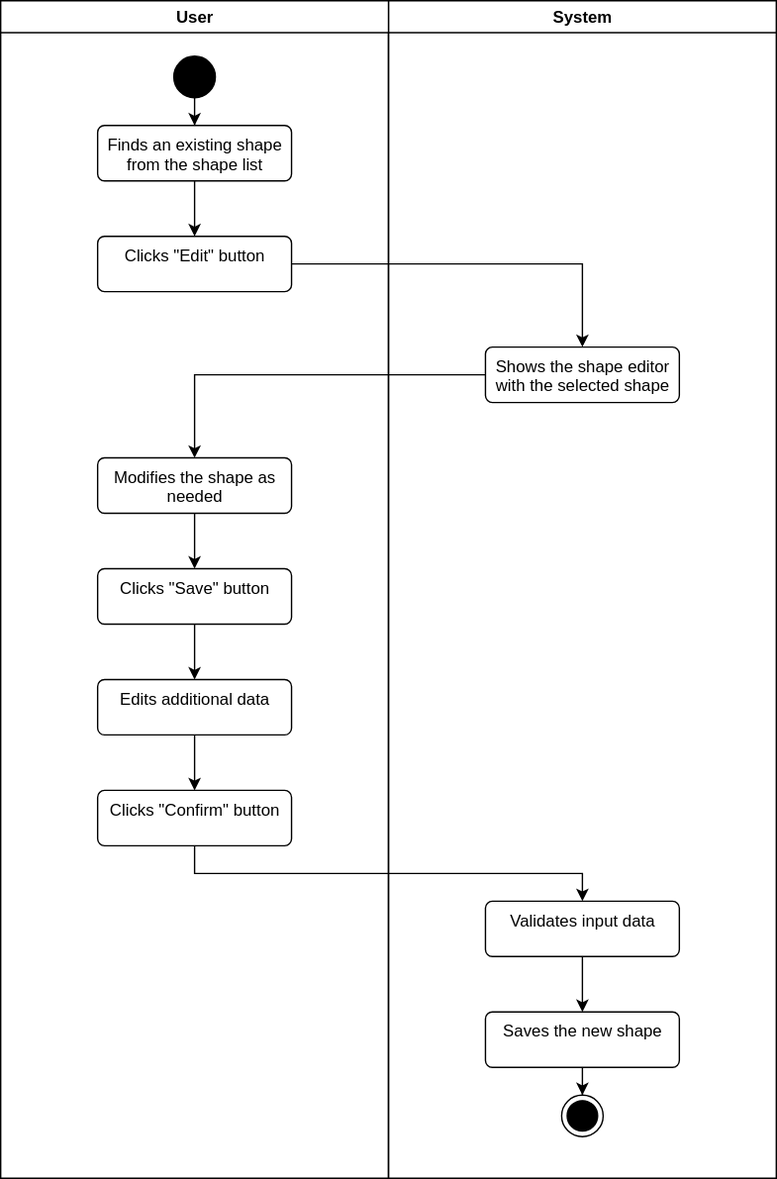
Before: diagrams/edit-shape.svg, a diagram exported from draw.io (notSnuffy/Warehouse-Manager). Source tidied: cells renumbered, new cells last; positions are measured from the earlier drawing's top-left corner, leaving out a move shared by most shapes. Source of this version:
```xml
<mxGraphModel>
  <root>
    <mxCell id="0" />
    <mxCell id="1" parent="0" />
    <mxCell id="2" value="System" style="swimlane;whiteSpace=wrap;" parent="1" vertex="1">
      <mxGeometry x="280" width="280" height="850" as="geometry" />
    </mxCell>
    <mxCell id="3" style="ellipse;html=1;shape=endState;fillColor=strokeColor;" parent="2" vertex="1">
      <mxGeometry x="125" y="790" width="30" height="30" as="geometry" />
    </mxCell>
    <mxCell id="4" value="User" style="swimlane;whiteSpace=wrap;" parent="2" vertex="1">
      <mxGeometry x="-280" width="280" height="850" as="geometry" />
    </mxCell>
    <mxCell id="5" style="edgeStyle=orthogonalEdgeStyle;rounded=0;jettySize=auto;html=1;" parent="4" edge="1" source="6" target="7">
      <mxGeometry relative="1" as="geometry" />
    </mxCell>
    <mxCell id="6" style="ellipse;fillColor=strokeColor;html=1;" parent="4" vertex="1">
      <mxGeometry x="125" y="40" width="30" height="30" as="geometry" />
    </mxCell>
    <mxCell id="7" value="Finds an existing shape from the shape list" style="html=1;align=center;verticalAlign=top;rounded=1;absoluteArcSize=1;arcSize=10;dashed=0;whiteSpace=wrap;" parent="4" vertex="1">
      <mxGeometry x="70" y="90" width="140" height="40" as="geometry" />
    </mxCell>
    <mxCell id="8" style="edgeStyle=orthogonalEdgeStyle;rounded=0;jettySize=auto;html=1;" parent="4" edge="1" source="9" target="13">
      <mxGeometry relative="1" as="geometry" />
    </mxCell>
    <mxCell id="9" value="Modifies the shape as needed" style="html=1;align=center;verticalAlign=top;rounded=1;absoluteArcSize=1;arcSize=10;dashed=0;whiteSpace=wrap;" parent="4" vertex="1">
      <mxGeometry x="70" y="330" width="140" height="40" as="geometry" />
    </mxCell>
    <mxCell id="10" value="Clicks &quot;Edit&quot; button" style="html=1;align=center;verticalAlign=top;rounded=1;absoluteArcSize=1;arcSize=10;dashed=0;whiteSpace=wrap;" parent="4" vertex="1">
      <mxGeometry x="70" y="170" width="140" height="40" as="geometry" />
    </mxCell>
    <mxCell id="11" style="edgeStyle=orthogonalEdgeStyle;rounded=0;jettySize=auto;html=1;" parent="4" edge="1" source="7" target="10">
      <mxGeometry relative="1" as="geometry" />
    </mxCell>
    <mxCell id="12" style="edgeStyle=orthogonalEdgeStyle;rounded=0;jettySize=auto;html=1;" parent="4" edge="1" source="13" target="15">
      <mxGeometry relative="1" as="geometry" />
    </mxCell>
    <mxCell id="13" value="Clicks &quot;Save&quot; button" style="html=1;align=center;verticalAlign=top;rounded=1;absoluteArcSize=1;arcSize=10;dashed=0;whiteSpace=wrap;" parent="4" vertex="1">
      <mxGeometry x="70" y="410" width="140" height="40" as="geometry" />
    </mxCell>
    <mxCell id="14" style="edgeStyle=orthogonalEdgeStyle;rounded=0;jettySize=auto;html=1;" parent="4" edge="1" source="15" target="16">
      <mxGeometry relative="1" as="geometry" />
    </mxCell>
    <mxCell id="15" value="Edits additional data" style="html=1;align=center;verticalAlign=top;rounded=1;absoluteArcSize=1;arcSize=10;dashed=0;whiteSpace=wrap;" parent="4" vertex="1">
      <mxGeometry x="70" y="490" width="140" height="40" as="geometry" />
    </mxCell>
    <mxCell id="16" value="Clicks &quot;Confirm&quot; button" style="html=1;align=center;verticalAlign=top;rounded=1;absoluteArcSize=1;arcSize=10;dashed=0;whiteSpace=wrap;" parent="4" vertex="1">
      <mxGeometry x="70" y="570" width="140" height="40" as="geometry" />
    </mxCell>
    <mxCell id="17" style="edgeStyle=orthogonalEdgeStyle;rounded=0;jettySize=auto;html=1;" parent="2" edge="1" source="18" target="3">
      <mxGeometry relative="1" as="geometry" />
    </mxCell>
    <mxCell id="18" value="Saves the new shape" style="html=1;align=center;verticalAlign=top;rounded=1;absoluteArcSize=1;arcSize=10;dashed=0;whiteSpace=wrap;" parent="2" vertex="1">
      <mxGeometry x="70" y="730" width="140" height="40" as="geometry" />
    </mxCell>
    <mxCell id="19" value="Shows the shape editor with the selected shape" style="html=1;align=center;verticalAlign=top;rounded=1;absoluteArcSize=1;arcSize=10;dashed=0;whiteSpace=wrap;" parent="2" vertex="1">
      <mxGeometry x="70" y="250" width="140" height="40" as="geometry" />
    </mxCell>
    <mxCell id="20" style="edgeStyle=orthogonalEdgeStyle;rounded=0;jettySize=auto;html=1;entryX=0.5;entryY=0;entryDx=0;entryDy=0;" parent="2" edge="1" source="19" target="9">
      <mxGeometry relative="1" as="geometry" />
    </mxCell>
    <mxCell id="21" style="edgeStyle=orthogonalEdgeStyle;rounded=0;jettySize=auto;html=1;" parent="2" edge="1" source="10" target="19">
      <mxGeometry relative="1" as="geometry" />
    </mxCell>
    <mxCell id="22" style="edgeStyle=orthogonalEdgeStyle;rounded=0;jettySize=auto;html=1;" parent="2" edge="1" source="23" target="18">
      <mxGeometry relative="1" as="geometry" />
    </mxCell>
    <mxCell id="23" value="Validates input data" style="html=1;align=center;verticalAlign=top;rounded=1;absoluteArcSize=1;arcSize=10;dashed=0;whiteSpace=wrap;" parent="2" vertex="1">
      <mxGeometry x="70" y="650" width="140" height="40" as="geometry" />
    </mxCell>
    <mxCell id="24" style="edgeStyle=orthogonalEdgeStyle;rounded=0;jettySize=auto;html=1;" parent="2" edge="1" source="16" target="23">
      <mxGeometry relative="1" as="geometry">
        <Array as="points">
          <mxPoint x="-140" y="630" />
          <mxPoint x="140" y="630" />
        </Array>
      </mxGeometry>
    </mxCell>
  </root>
</mxGraphModel>
```
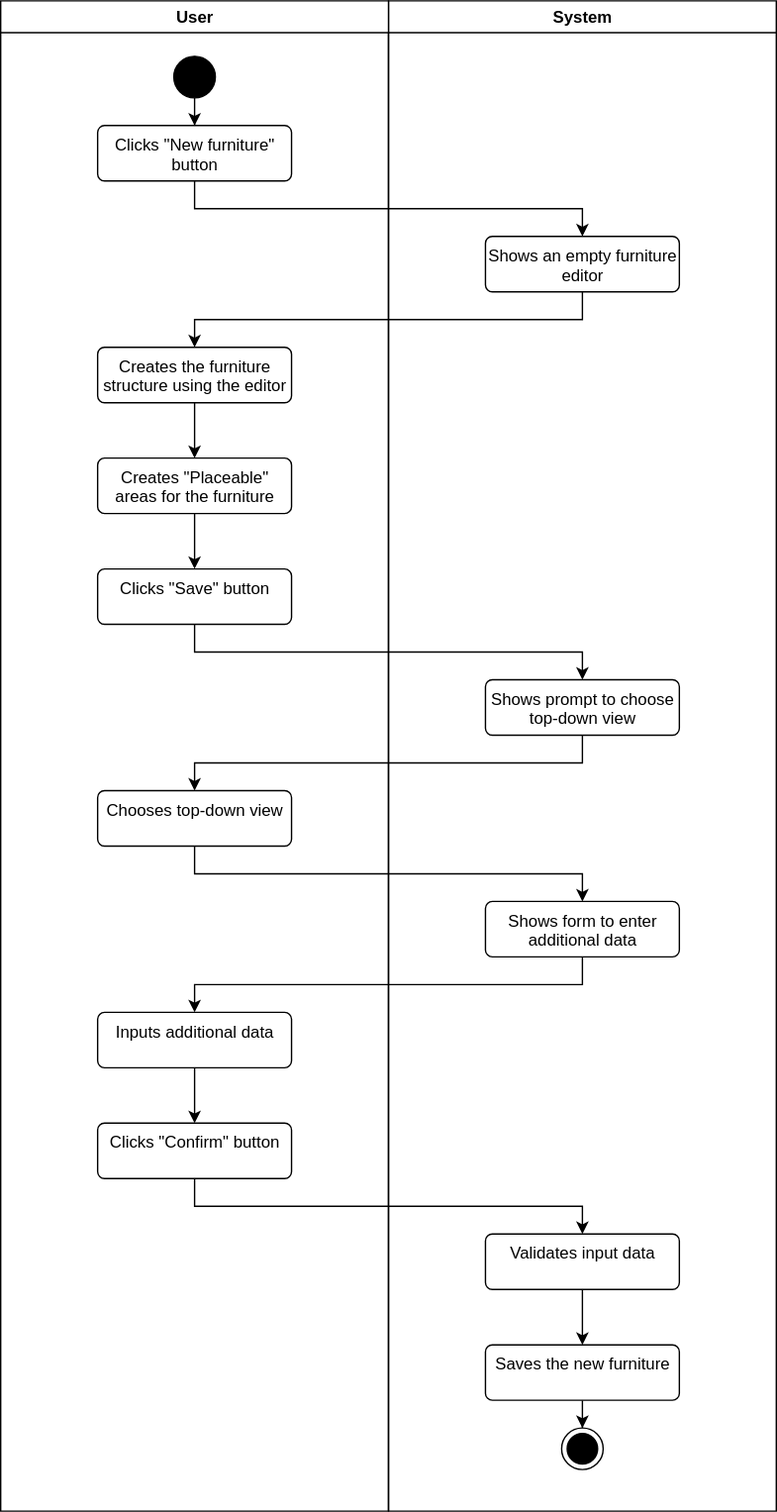
After the commit.

The edit, as a diff of the source:
```diff
@@ -2,79 +2,127 @@
   <root>
     <mxCell id="0" />
     <mxCell id="1" parent="0" />
-    <mxCell id="2" value="System" style="swimlane;whiteSpace=wrap;" parent="1" vertex="1">
-      <mxGeometry x="280" width="280" height="850" as="geometry" />
+    <mxCell id="2" value="System" style="swimlane;whiteSpace=wrap;labelBackgroundColor=none;rounded=0;strokeColor=light-dark(#000000,#000000);" parent="1" vertex="1">
+      <mxGeometry x="280" width="280" height="1090" as="geometry" />
     </mxCell>
-    <mxCell id="3" style="ellipse;html=1;shape=endState;fillColor=strokeColor;" parent="2" vertex="1">
-      <mxGeometry x="125" y="790" width="30" height="30" as="geometry" />
+    <mxCell id="3" style="ellipse;html=1;shape=endState;labelBackgroundColor=none;rounded=0;strokeColor=light-dark(#000000,#000000);fillColor=light-dark(#000000,#000000);" parent="2" vertex="1">
+      <mxGeometry x="125" y="1030" width="30" height="30" as="geometry" />
     </mxCell>
+    <mxCell id="17" style="edgeStyle=orthogonalEdgeStyle;rounded=0;jettySize=auto;html=1;labelBackgroundColor=none;fontColor=default;strokeColor=light-dark(#000000,#000000);" parent="2" edge="1" source="18" target="3">
+      <mxGeometry relative="1" as="geometry" />
+    </mxCell>
+    <mxCell id="18" value="Saves the new furniture" style="html=1;align=center;verticalAlign=top;rounded=1;absoluteArcSize=1;arcSize=10;dashed=0;whiteSpace=wrap;labelBackgroundColor=none;strokeColor=light-dark(#000000,#000000);" parent="2" vertex="1">
+      <mxGeometry x="70" y="970" width="140" height="40" as="geometry" />
+    </mxCell>
+    <mxCell id="22" style="edgeStyle=orthogonalEdgeStyle;rounded=0;jettySize=auto;html=1;labelBackgroundColor=none;fontColor=default;strokeColor=light-dark(#000000,#000000);" parent="2" edge="1" source="23" target="18">
+      <mxGeometry relative="1" as="geometry" />
+    </mxCell>
+    <mxCell id="23" value="Validates input data" style="html=1;align=center;verticalAlign=top;rounded=1;absoluteArcSize=1;arcSize=10;dashed=0;whiteSpace=wrap;labelBackgroundColor=none;strokeColor=light-dark(#000000,#000000);" parent="2" vertex="1">
+      <mxGeometry x="70" y="890" width="140" height="40" as="geometry" />
+    </mxCell>
+    <mxCell id="25" value="Shows form to enter additional data" style="html=1;align=center;verticalAlign=top;rounded=1;absoluteArcSize=1;arcSize=10;dashed=0;whiteSpace=wrap;labelBackgroundColor=none;strokeColor=light-dark(#000000,#000000);" parent="2" vertex="1">
+      <mxGeometry x="70" y="650" width="140" height="40" as="geometry" />
+    </mxCell>
+    <mxCell id="10" value="Shows an empty furniture editor" style="html=1;align=center;verticalAlign=top;rounded=1;absoluteArcSize=1;arcSize=10;dashed=0;whiteSpace=wrap;labelBackgroundColor=none;strokeColor=light-dark(#000000,#000000);" parent="2" vertex="1">
+      <mxGeometry x="70" y="170" width="140" height="40" as="geometry" />
+    </mxCell>
+    <mxCell id="26" value="Shows prompt to choose top-down view" style="html=1;align=center;verticalAlign=top;rounded=1;absoluteArcSize=1;arcSize=10;dashed=0;whiteSpace=wrap;labelBackgroundColor=none;strokeColor=light-dark(#000000,#000000);" parent="2" vertex="1">
+      <mxGeometry x="70" y="490" width="140" height="40" as="geometry" />
+    </mxCell>
-    <mxCell id="4" value="User" style="swimlane;whiteSpace=wrap;" parent="2" vertex="1">
-      <mxGeometry x="-280" width="280" height="850" as="geometry" />
+    <mxCell id="4" value="User" style="swimlane;whiteSpace=wrap;labelBackgroundColor=none;rounded=0;strokeColor=light-dark(#000000,#000000);" parent="1" vertex="1">
+      <mxGeometry width="280" height="1090" as="geometry" />
     </mxCell>
-    <mxCell id="5" style="edgeStyle=orthogonalEdgeStyle;rounded=0;jettySize=auto;html=1;" parent="4" edge="1" source="6" target="7">
+    <mxCell id="5" style="edgeStyle=orthogonalEdgeStyle;rounded=0;jettySize=auto;html=1;labelBackgroundColor=none;fontColor=default;strokeColor=light-dark(#000000,#000000);" parent="4" edge="1" source="6" target="7">
       <mxGeometry relative="1" as="geometry" />
     </mxCell>
-    <mxCell id="6" style="ellipse;fillColor=strokeColor;html=1;" parent="4" vertex="1">
+    <mxCell id="6" style="ellipse;html=1;labelBackgroundColor=none;rounded=0;strokeColor=light-dark(#000000,#000000);fillColor=light-dark(#000000,#000000);" parent="4" vertex="1">
       <mxGeometry x="125" y="40" width="30" height="30" as="geometry" />
     </mxCell>
-    <mxCell id="7" value="Finds an existing shape from the shape list" style="html=1;align=center;verticalAlign=top;rounded=1;absoluteArcSize=1;arcSize=10;dashed=0;whiteSpace=wrap;" parent="4" vertex="1">
+    <mxCell id="7" value="Clicks &quot;New furniture&quot; button" style="html=1;align=center;verticalAlign=top;rounded=1;absoluteArcSize=1;arcSize=10;dashed=0;whiteSpace=wrap;labelBackgroundColor=none;strokeColor=light-dark(#000000,#000000);" parent="4" vertex="1">
       <mxGeometry x="70" y="90" width="140" height="40" as="geometry" />
     </mxCell>
-    <mxCell id="8" style="edgeStyle=orthogonalEdgeStyle;rounded=0;jettySize=auto;html=1;" parent="4" edge="1" source="9" target="13">
+    <mxCell id="8" style="edgeStyle=orthogonalEdgeStyle;rounded=0;jettySize=auto;html=1;labelBackgroundColor=none;fontColor=default;strokeColor=light-dark(#000000,#000000);" parent="4" edge="1" source="9" target="13">
       <mxGeometry relative="1" as="geometry" />
     </mxCell>
-    <mxCell id="9" value="Modifies the shape as needed" style="html=1;align=center;verticalAlign=top;rounded=1;absoluteArcSize=1;arcSize=10;dashed=0;whiteSpace=wrap;" parent="4" vertex="1">
+    <mxCell id="9" value="Creates &quot;Placeable&quot; areas for the furniture" style="html=1;align=center;verticalAlign=top;rounded=1;absoluteArcSize=1;arcSize=10;dashed=0;whiteSpace=wrap;labelBackgroundColor=none;strokeColor=light-dark(#000000,#000000);" parent="4" vertex="1">
       <mxGeometry x="70" y="330" width="140" height="40" as="geometry" />
     </mxCell>
-    <mxCell id="10" value="Clicks &quot;Edit&quot; button" style="html=1;align=center;verticalAlign=top;rounded=1;absoluteArcSize=1;arcSize=10;dashed=0;whiteSpace=wrap;" parent="4" vertex="1">
-      <mxGeometry x="70" y="170" width="140" height="40" as="geometry" />
-    </mxCell>
-    <mxCell id="11" style="edgeStyle=orthogonalEdgeStyle;rounded=0;jettySize=auto;html=1;" parent="4" edge="1" source="7" target="10">
-      <mxGeometry relative="1" as="geometry" />
-    </mxCell>
-    <mxCell id="12" style="edgeStyle=orthogonalEdgeStyle;rounded=0;jettySize=auto;html=1;" parent="4" edge="1" source="13" target="15">
-      <mxGeometry relative="1" as="geometry" />
-    </mxCell>
-    <mxCell id="13" value="Clicks &quot;Save&quot; button" style="html=1;align=center;verticalAlign=top;rounded=1;absoluteArcSize=1;arcSize=10;dashed=0;whiteSpace=wrap;" parent="4" vertex="1">
+    <mxCell id="13" value="Clicks &quot;Save&quot; button" style="html=1;align=center;verticalAlign=top;rounded=1;absoluteArcSize=1;arcSize=10;dashed=0;whiteSpace=wrap;labelBackgroundColor=none;strokeColor=light-dark(#000000,#000000);" parent="4" vertex="1">
       <mxGeometry x="70" y="410" width="140" height="40" as="geometry" />
     </mxCell>
-    <mxCell id="14" style="edgeStyle=orthogonalEdgeStyle;rounded=0;jettySize=auto;html=1;" parent="4" edge="1" source="15" target="16">
+    <mxCell id="14" style="edgeStyle=orthogonalEdgeStyle;rounded=0;jettySize=auto;html=1;labelBackgroundColor=none;fontColor=default;strokeColor=light-dark(#000000,#000000);" parent="4" edge="1" source="15" target="16">
       <mxGeometry relative="1" as="geometry" />
     </mxCell>
-    <mxCell id="15" value="Edits additional data" style="html=1;align=center;verticalAlign=top;rounded=1;absoluteArcSize=1;arcSize=10;dashed=0;whiteSpace=wrap;" parent="4" vertex="1">
-      <mxGeometry x="70" y="490" width="140" height="40" as="geometry" />
+    <mxCell id="15" value="Inputs additional data" style="html=1;align=center;verticalAlign=top;rounded=1;absoluteArcSize=1;arcSize=10;dashed=0;whiteSpace=wrap;labelBackgroundColor=none;strokeColor=light-dark(#000000,#000000);" parent="4" vertex="1">
+      <mxGeometry x="70" y="730" width="140" height="40" as="geometry" />
     </mxCell>
-    <mxCell id="16" value="Clicks &quot;Confirm&quot; button" style="html=1;align=center;verticalAlign=top;rounded=1;absoluteArcSize=1;arcSize=10;dashed=0;whiteSpace=wrap;" parent="4" vertex="1">
-      <mxGeometry x="70" y="570" width="140" height="40" as="geometry" />
+    <mxCell id="16" value="Clicks &quot;Confirm&quot; button" style="html=1;align=center;verticalAlign=top;rounded=1;absoluteArcSize=1;arcSize=10;dashed=0;whiteSpace=wrap;labelBackgroundColor=none;strokeColor=light-dark(#000000,#000000);" parent="4" vertex="1">
+      <mxGeometry x="70" y="810" width="140" height="40" as="geometry" />
     </mxCell>
-    <mxCell id="17" style="edgeStyle=orthogonalEdgeStyle;rounded=0;jettySize=auto;html=1;" parent="2" edge="1" source="18" target="3">
-      <mxGeometry relative="1" as="geometry" />
-    </mxCell>
-    <mxCell id="18" value="Saves the new shape" style="html=1;align=center;verticalAlign=top;rounded=1;absoluteArcSize=1;arcSize=10;dashed=0;whiteSpace=wrap;" parent="2" vertex="1">
-      <mxGeometry x="70" y="730" width="140" height="40" as="geometry" />
-    </mxCell>
-    <mxCell id="19" value="Shows the shape editor with the selected shape" style="html=1;align=center;verticalAlign=top;rounded=1;absoluteArcSize=1;arcSize=10;dashed=0;whiteSpace=wrap;" parent="2" vertex="1">
+    <mxCell id="19" value="Creates the furniture structure using the editor" style="html=1;align=center;verticalAlign=top;rounded=1;absoluteArcSize=1;arcSize=10;dashed=0;whiteSpace=wrap;labelBackgroundColor=none;strokeColor=light-dark(#000000,#000000);" parent="4" vertex="1">
       <mxGeometry x="70" y="250" width="140" height="40" as="geometry" />
     </mxCell>
-    <mxCell id="20" style="edgeStyle=orthogonalEdgeStyle;rounded=0;jettySize=auto;html=1;entryX=0.5;entryY=0;entryDx=0;entryDy=0;" parent="2" edge="1" source="19" target="9">
+    <mxCell id="20" style="edgeStyle=orthogonalEdgeStyle;rounded=0;jettySize=auto;html=1;entryX=0.5;entryY=0;entryDx=0;entryDy=0;labelBackgroundColor=none;fontColor=default;strokeColor=light-dark(#000000,#000000);" parent="4" edge="1" source="19" target="9">
       <mxGeometry relative="1" as="geometry" />
     </mxCell>
+    <mxCell id="27" value="Chooses top-down view" style="html=1;align=center;verticalAlign=top;rounded=1;absoluteArcSize=1;arcSize=10;dashed=0;whiteSpace=wrap;labelBackgroundColor=none;strokeColor=light-dark(#000000,#000000);" parent="4" vertex="1">
+      <mxGeometry x="70" y="570" width="140" height="40" as="geometry" />
+    </mxCell>
+    <mxCell id="11" style="edgeStyle=orthogonalEdgeStyle;rounded=0;jettySize=auto;html=1;labelBackgroundColor=none;fontColor=default;strokeColor=light-dark(#000000,#000000);" parent="1" edge="1" source="7" target="10">
+      <mxGeometry relative="1" as="geometry">
+        <Array as="points">
+          <mxPoint x="140" y="150" />
+          <mxPoint x="420" y="150" />
+        </Array>
+      </mxGeometry>
+    </mxCell>
+    <mxCell id="24" style="edgeStyle=orthogonalEdgeStyle;rounded=0;jettySize=auto;html=1;strokeColor=light-dark(#000000,#000000);" parent="1" edge="1" source="16" target="23">
+      <mxGeometry relative="1" as="geometry">
+        <Array as="points">
+          <mxPoint x="140" y="870" />
+          <mxPoint x="420" y="870" />
+        </Array>
+      </mxGeometry>
+    </mxCell>
-    <mxCell id="21" style="edgeStyle=orthogonalEdgeStyle;rounded=0;jettySize=auto;html=1;" parent="2" edge="1" source="10" target="19">
-      <mxGeometry relative="1" as="geometry" />
+    <mxCell id="21" style="edgeStyle=orthogonalEdgeStyle;rounded=0;jettySize=auto;html=1;labelBackgroundColor=none;fontColor=default;strokeColor=light-dark(#000000,#000000);" parent="1" edge="1" source="10" target="19">
+      <mxGeometry relative="1" as="geometry">
+        <Array as="points">
+          <mxPoint x="420" y="230" />
+          <mxPoint x="140" y="230" />
+        </Array>
+      </mxGeometry>
     </mxCell>
-    <mxCell id="22" style="edgeStyle=orthogonalEdgeStyle;rounded=0;jettySize=auto;html=1;" parent="2" edge="1" source="23" target="18">
-      <mxGeometry relative="1" as="geometry" />
-    </mxCell>
-    <mxCell id="23" value="Validates input data" style="html=1;align=center;verticalAlign=top;rounded=1;absoluteArcSize=1;arcSize=10;dashed=0;whiteSpace=wrap;" parent="2" vertex="1">
-      <mxGeometry x="70" y="650" width="140" height="40" as="geometry" />
-    </mxCell>
-    <mxCell id="24" style="edgeStyle=orthogonalEdgeStyle;rounded=0;jettySize=auto;html=1;" parent="2" edge="1" source="16" target="23">
-      <mxGeometry relative="1" as="geometry">
-        <Array as="points">
-          <mxPoint x="-140" y="630" />
-          <mxPoint x="140" y="630" />
-        </Array>
-      </mxGeometry>
-    </mxCell>
+    <mxCell id="28" style="edgeStyle=orthogonalEdgeStyle;rounded=0;jettySize=auto;html=1;strokeColor=light-dark(#000000,#000000);" parent="1" edge="1" source="13" target="26">
+      <mxGeometry relative="1" as="geometry">
+        <Array as="points">
+          <mxPoint x="140" y="470" />
+          <mxPoint x="420" y="470" />
+        </Array>
+      </mxGeometry>
+    </mxCell>
+    <mxCell id="29" style="edgeStyle=orthogonalEdgeStyle;rounded=0;jettySize=auto;html=1;strokeColor=light-dark(#000000,#000000);" parent="1" edge="1" source="26" target="27">
+      <mxGeometry relative="1" as="geometry">
+        <Array as="points">
+          <mxPoint x="420" y="550" />
+          <mxPoint x="140" y="550" />
+        </Array>
+      </mxGeometry>
+    </mxCell>
+    <mxCell id="30" style="edgeStyle=orthogonalEdgeStyle;rounded=0;jettySize=auto;html=1;strokeColor=light-dark(#000000,#000000);" parent="1" edge="1" source="27" target="25">
+      <mxGeometry relative="1" as="geometry">
+        <Array as="points">
+          <mxPoint x="140" y="630" />
+          <mxPoint x="420" y="630" />
+        </Array>
+      </mxGeometry>
+    </mxCell>
+    <mxCell id="31" style="edgeStyle=orthogonalEdgeStyle;rounded=0;jettySize=auto;html=1;strokeColor=light-dark(#000000,#000000);" parent="1" edge="1" source="25" target="15">
+      <mxGeometry relative="1" as="geometry">
+        <Array as="points">
+          <mxPoint x="420" y="710" />
+          <mxPoint x="140" y="710" />
+        </Array>
+      </mxGeometry>
+    </mxCell>
   </root>
 </mxGraphModel>
```
